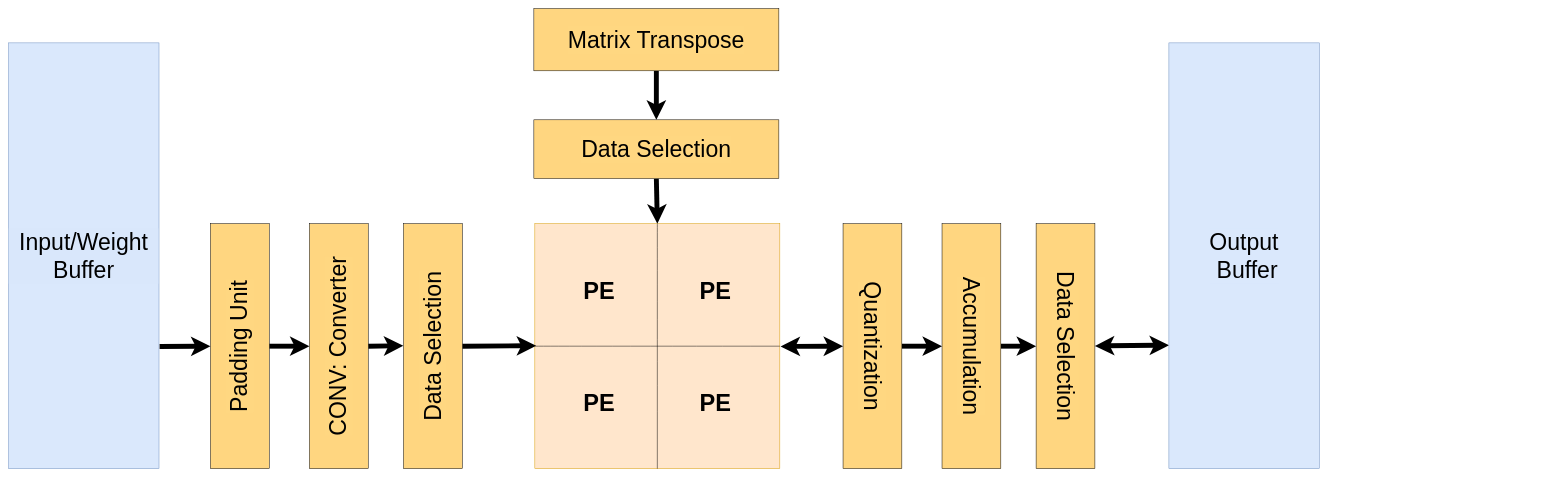
Earlier version of the draw.io diagram MobileVit HW.drawio (jihuien/ML100Days). Source tidied: cells renumbered, new cells numbered last; positions are measured from the earlier drawing's top-left corner, leaving out a move shared by most shapes. Both pictures are drawn from the tidied source at 49%, with x=0, y=0 at pixel (8, 8).
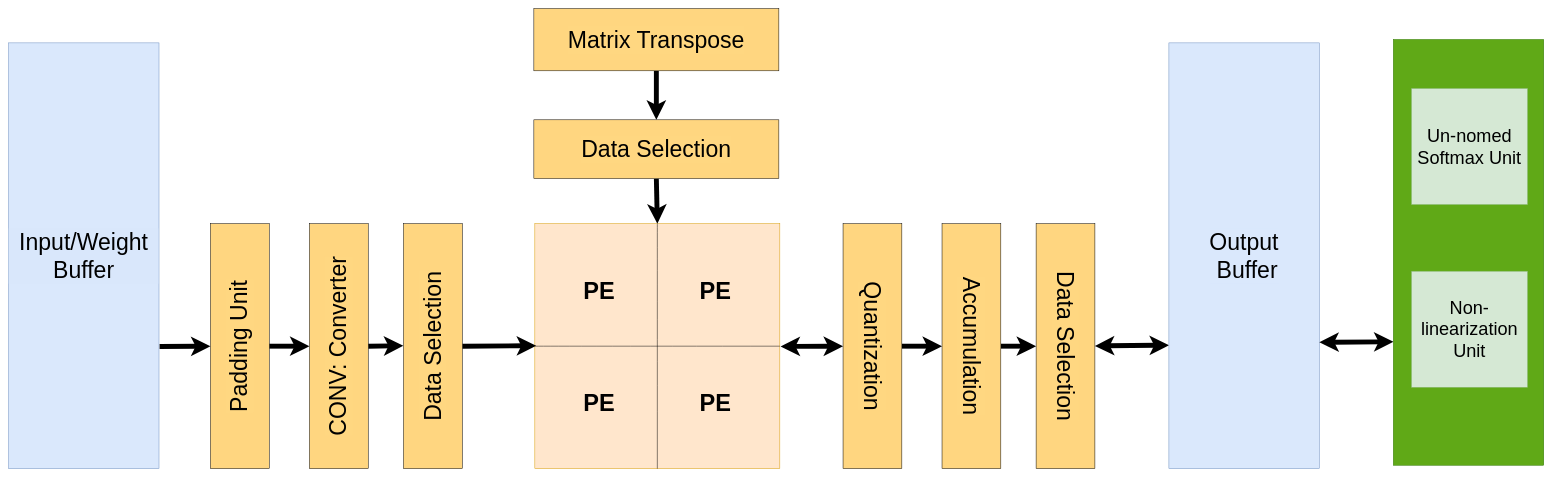
Above is the later version.

What changed in the source:
```diff
@@
+    <mxCell id="29" style="edgeStyle=none;curved=1;rounded=0;jettySize=auto;html=1;fontSize=12;startSize=8;endSize=8;entryX=0.999;entryY=0.29;entryDx=0;entryDy=0;entryPerimeter=0;startArrow=classic;startFill=1;strokeWidth=10;" parent="1" edge="1" target="30">
+      <mxGeometry relative="1" as="geometry">
+        <mxPoint x="2675" y="681" as="sourcePoint" />
+      </mxGeometry>
+    </mxCell>
+    <mxCell id="30" style="rounded=0;whiteSpace=wrap;html=1;direction=west;horizontal=1;fontSize=47;labelBackgroundColor=light-dark(#dae8fc, #ededed);fillColor=#60a917;strokeColor=#2D7600;fontColor=#ffffff;" parent="1" vertex="1">
+      <mxGeometry x="2826" y="63" width="307" height="869" as="geometry" />
+    </mxCell>
+    <mxCell id="31" value="&lt;font style=&quot;font-size: 37px;&quot;&gt;Un-nomed Softmax Unit&lt;/font&gt;" style="whiteSpace=wrap;html=1;fillColor=#d5e8d4;strokeColor=#82b366;" parent="1" vertex="1">
+      <mxGeometry x="2863" y="163" width="237" height="237" as="geometry" />
+    </mxCell>
+    <mxCell id="32" value="&lt;font style=&quot;font-size: 37px;&quot;&gt;Non-linearization Unit&lt;/font&gt;" style="whiteSpace=wrap;html=1;fillColor=#d5e8d4;strokeColor=#82b366;" parent="1" vertex="1">
+      <mxGeometry x="2863" y="536" width="237" height="237" as="geometry" />
+    </mxCell>
```
